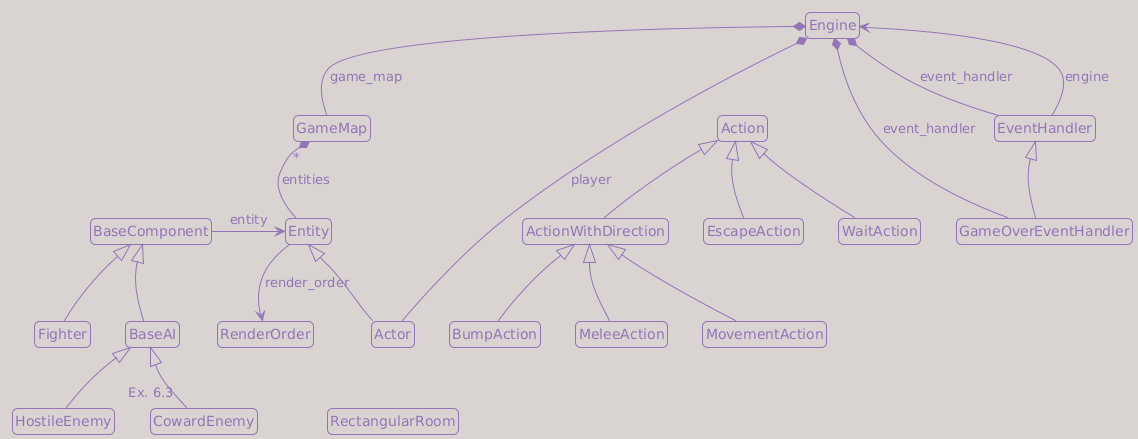
Before: content/tutorials/tcod/v3/images/part6_classes.png, a diagram exported from PlantUML (Darky-Lucera/roguelike-tutorials-website).
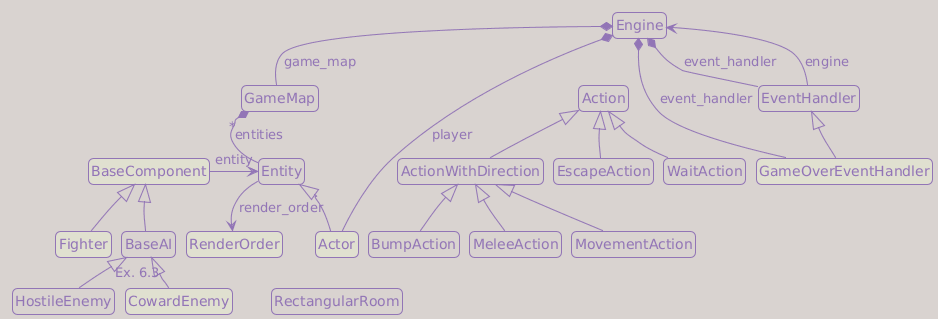
Above is the later version.

What changed in the source:
```diff
@@ -16,6 +16,9 @@
 skinparam noteMargin 2
 skinparam notePadding 2
 
+skinparam nodesep 10
+skinparam ranksep 30
+
 set namespaceSeparator none
 
 
@@ -25,19 +28,19 @@
 class "ActionWithDirection" as game.actions.ActionWithDirection {
 }
 
-class "Actor" as game.entities.entity.Actor {
+class "Actor" as game.entities.entity.Actor #e0e0d0 {
 }
 
 class "BaseAI" as game.entities.components.ai.BaseAI {
 }
 
-class "BaseComponent" as game.entities.components.base_component.BaseComponent {
+class "BaseComponent" as game.entities.components.base_component.BaseComponent #e0e0d0 {
 }
 
 class "BumpAction" as game.actions.BumpAction {
 }
 
-class "CowardEnemy" as game.entities.components.ai.CowardEnemy {
+class "CowardEnemy" as game.entities.components.ai.CowardEnemy #e0e0d0 {
 }
 
 class "Engine" as game.engine.Engine {
@@ -52,13 +55,13 @@
 class "EventHandler" as game.input_handlers.EventHandler {
 }
 
-class "Fighter" as game.entities.components.fighter.Fighter {
+class "Fighter" as game.entities.components.fighter.Fighter #e0e0d0 {
 }
 
 class "GameMap" as game.map.game_map.GameMap {
 }
 
-class "GameOverEventHandler" as game.input_handlers.GameOverEventHandler {
+class "GameOverEventHandler" as game.input_handlers.GameOverEventHandler #e0e0d0 {
 }
 
 class "HostileEnemy" as game.entities.components.ai.HostileEnemy {
@@ -73,7 +76,7 @@
 class "RectangularRoom" as game.map.map_generator.RectangularRoom {
 }
 
-class "RenderOrder" as game.entities.render_order.RenderOrder {
+class "RenderOrder" as game.entities.render_order.RenderOrder #e0e0d0 {
 }
 
 class "WaitAction" as game.actions.WaitAction {
```
